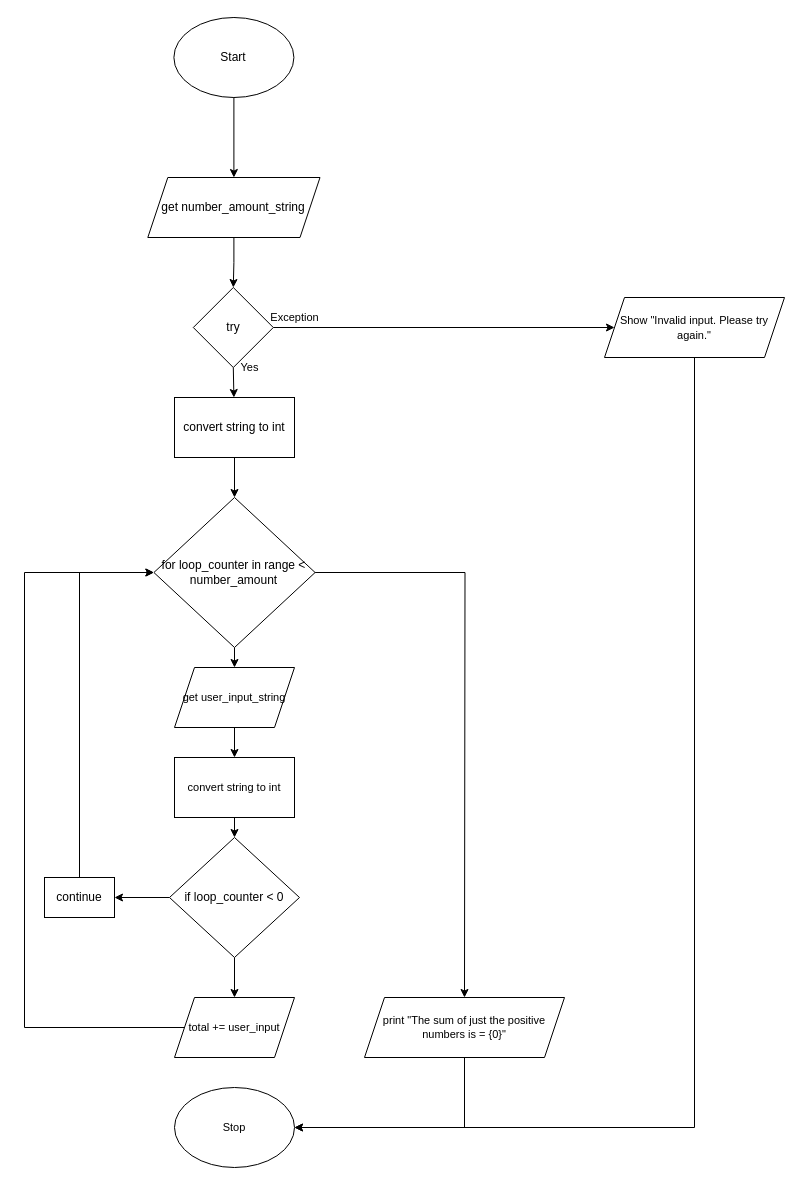
Aleksandr-Ten/ICS3U-Unit4-07-Python keeps this draw.io diagram as flowchart.drawio. Above is the earlier version. Source tidied: cells renumbered, new cells numbered last; positions are measured from the earlier drawing's top-left corner, leaving out a move shared by most shapes. Both pictures are drawn from the tidied source at 100%, with x=0, y=0 at pixel (24, 17).
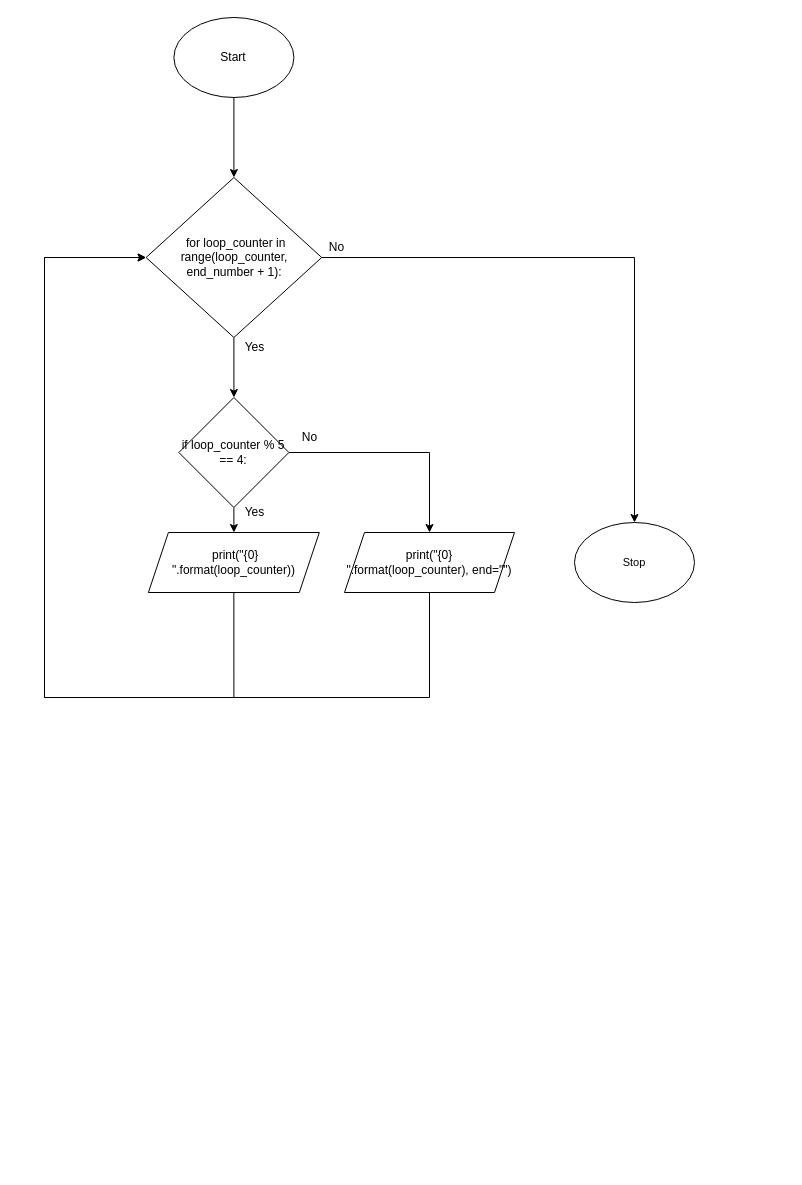
Above is the later version.

The change refers to these unchanged cells:
```xml
<mxCell id="3" value="Start" style="ellipse;whiteSpace=wrap;html=1;" parent="1" vertex="1">
  <mxGeometry x="149.4" width="120" height="80" as="geometry" />
</mxCell>
```

Diff of the diagram source:
```diff
@@
-    <mxCell id="2" style="edgeStyle=none;html=1;exitX=0.5;exitY=1;exitDx=0;exitDy=0;" parent="1" edge="1" source="3" target="18">
-      <mxGeometry relative="1" as="geometry" />
+    <mxCell id="2" style="edgeStyle=none;html=1;exitX=0.5;exitY=1;exitDx=0;exitDy=0;" parent="1" edge="1" source="3">
+      <mxGeometry relative="1" as="geometry">
+        <mxPoint x="209.4" y="160" as="targetPoint" />
+      </mxGeometry>
     </mxCell>
@@
-    <mxCell id="4" style="edgeStyle=none;html=1;exitX=0.5;exitY=1;exitDx=0;exitDy=0;" parent="1" edge="1" source="6" target="8">
-      <mxGeometry relative="1" as="geometry" />
-    </mxCell>
-    <mxCell id="5" style="edgeStyle=orthogonalEdgeStyle;shape=connector;rounded=0;html=1;exitX=1;exitY=0.5;exitDx=0;exitDy=0;labelBackgroundColor=default;fontFamily=Helvetica;fontSize=11;fontColor=default;endArrow=classic;strokeColor=default;" parent="1" edge="1" source="6" target="16">
-      <mxGeometry relative="1" as="geometry" />
-    </mxCell>
-    <mxCell id="6" value="try" style="rhombus;whiteSpace=wrap;html=1;" parent="1" vertex="1">
-      <mxGeometry x="168.8" y="270" width="80" height="80" as="geometry" />
-    </mxCell>
-    <mxCell id="7" style="edgeStyle=none;html=1;exitX=0.5;exitY=1;exitDx=0;exitDy=0;" parent="1" edge="1" source="8" target="11">
-      <mxGeometry relative="1" as="geometry" />
-    </mxCell>
-    <mxCell id="8" value="convert string to int" style="rounded=0;whiteSpace=wrap;html=1;" parent="1" vertex="1">
-      <mxGeometry x="150" y="380" width="120" height="60" as="geometry" />
-    </mxCell>
-    <mxCell id="9" style="edgeStyle=orthogonalEdgeStyle;shape=connector;rounded=0;html=1;exitX=0.5;exitY=1;exitDx=0;exitDy=0;labelBackgroundColor=default;fontFamily=Helvetica;fontSize=11;fontColor=default;endArrow=classic;strokeColor=default;" parent="1" edge="1" source="11" target="27">
-      <mxGeometry relative="1" as="geometry" />
-    </mxCell>
-    <mxCell id="10" style="edgeStyle=orthogonalEdgeStyle;shape=connector;rounded=0;html=1;exitX=1;exitY=0.5;exitDx=0;exitDy=0;labelBackgroundColor=default;fontFamily=Helvetica;fontSize=11;fontColor=default;endArrow=classic;strokeColor=default;" parent="1" edge="1" source="11">
-      <mxGeometry relative="1" as="geometry">
-        <mxPoint x="440" y="980" as="targetPoint" />
-      </mxGeometry>
-    </mxCell>
-    <mxCell id="11" value="for loop_counter in range &amp;lt; number_amount" style="rhombus;whiteSpace=wrap;html=1;" parent="1" vertex="1">
-      <mxGeometry x="129.4" y="480" width="161.2" height="150" as="geometry" />
-    </mxCell>
     <mxCell id="12" value="Stop" style="ellipse;whiteSpace=wrap;html=1;fontFamily=Helvetica;fontSize=11;fontColor=default;" parent="1" vertex="1">
-      <mxGeometry x="150" y="1070" width="120" height="80" as="geometry" />
+      <mxGeometry x="550" y="505" width="120" height="80" as="geometry" />
     </mxCell>
-    <mxCell id="13" value="Yes" style="text;html=1;align=center;verticalAlign=middle;fillColor=none;strokeColor=none;rounded=0;fontFamily=Helvetica;fontSize=11;fontColor=default;" parent="1" vertex="1">
-      <mxGeometry x="210" y="340" width="30" height="20" as="geometry" />
-    </mxCell>
-    <mxCell id="14" value="Exception" style="text;html=1;align=center;verticalAlign=middle;fillColor=none;strokeColor=none;rounded=0;fontFamily=Helvetica;fontSize=11;fontColor=default;" parent="1" vertex="1">
-      <mxGeometry x="240" y="290" width="60" height="20" as="geometry" />
-    </mxCell>
-    <mxCell id="15" style="edgeStyle=orthogonalEdgeStyle;shape=connector;rounded=0;html=1;exitX=0.5;exitY=1;exitDx=0;exitDy=0;entryX=1;entryY=0.5;entryDx=0;entryDy=0;labelBackgroundColor=default;fontFamily=Helvetica;fontSize=11;fontColor=default;endArrow=classic;strokeColor=default;" parent="1" edge="1" source="16" target="12">
-      <mxGeometry relative="1" as="geometry" />
-    </mxCell>
-    <mxCell id="16" value="&lt;font style=&quot;font-size: 11px&quot;&gt;Show &quot;Invalid input. Please try again.&quot;&lt;/font&gt;" style="shape=parallelogram;perimeter=parallelogramPerimeter;whiteSpace=wrap;html=1;fixedSize=1;" parent="1" vertex="1">
-      <mxGeometry x="580" y="280" width="180" height="60" as="geometry" />
-    </mxCell>
-    <mxCell id="17" style="edgeStyle=orthogonalEdgeStyle;shape=connector;rounded=0;html=1;exitX=0.5;exitY=1;exitDx=0;exitDy=0;entryX=0.5;entryY=0;entryDx=0;entryDy=0;labelBackgroundColor=default;fontFamily=Helvetica;fontSize=11;fontColor=default;endArrow=classic;strokeColor=default;" parent="1" edge="1" source="18" target="6">
-      <mxGeometry relative="1" as="geometry" />
-    </mxCell>
-    <mxCell id="18" value="get number_amount_string" style="shape=parallelogram;perimeter=parallelogramPerimeter;whiteSpace=wrap;html=1;fixedSize=1;" parent="1" vertex="1">
-      <mxGeometry x="123.3" y="160" width="172.2" height="60" as="geometry" />
-    </mxCell>
-    <mxCell id="19" style="edgeStyle=none;html=1;exitX=0;exitY=0.5;exitDx=0;exitDy=0;" parent="1" edge="1" source="21" target="23">
-      <mxGeometry relative="1" as="geometry" />
-    </mxCell>
-    <mxCell id="20" style="edgeStyle=orthogonalEdgeStyle;shape=connector;rounded=0;html=1;exitX=0.5;exitY=1;exitDx=0;exitDy=0;labelBackgroundColor=default;fontFamily=Helvetica;fontSize=11;fontColor=default;endArrow=classic;strokeColor=default;" parent="1" edge="1" source="21" target="25">
-      <mxGeometry relative="1" as="geometry" />
-    </mxCell>
-    <mxCell id="21" value="if loop_counter &amp;lt; 0" style="rhombus;whiteSpace=wrap;html=1;" parent="1" vertex="1">
-      <mxGeometry x="145" y="820" width="130" height="120" as="geometry" />
-    </mxCell>
-    <mxCell id="22" style="edgeStyle=orthogonalEdgeStyle;html=1;exitX=0.5;exitY=0;exitDx=0;exitDy=0;entryX=0;entryY=0.5;entryDx=0;entryDy=0;rounded=0;" parent="1" edge="1" source="23" target="11">
-      <mxGeometry relative="1" as="geometry" />
-    </mxCell>
-    <mxCell id="23" value="continue" style="rounded=0;whiteSpace=wrap;html=1;" parent="1" vertex="1">
-      <mxGeometry x="20" y="860" width="70" height="40" as="geometry" />
-    </mxCell>
-    <mxCell id="24" style="edgeStyle=orthogonalEdgeStyle;shape=connector;rounded=0;html=1;exitX=0;exitY=0.5;exitDx=0;exitDy=0;entryX=0;entryY=0.5;entryDx=0;entryDy=0;labelBackgroundColor=default;fontFamily=Helvetica;fontSize=11;fontColor=default;endArrow=classic;strokeColor=default;" parent="1" edge="1" source="25" target="11">
-      <mxGeometry relative="1" as="geometry">
-        <Array as="points">
-          <mxPoint y="1010" />
-          <mxPoint y="555" />
-        </Array>
-      </mxGeometry>
-    </mxCell>
-    <mxCell id="25" value="total += user_input" style="shape=parallelogram;perimeter=parallelogramPerimeter;whiteSpace=wrap;html=1;fixedSize=1;fontFamily=Helvetica;fontSize=11;fontColor=default;" parent="1" vertex="1">
-      <mxGeometry x="150" y="980" width="120" height="60" as="geometry" />
-    </mxCell>
-    <mxCell id="26" style="edgeStyle=orthogonalEdgeStyle;shape=connector;rounded=0;html=1;exitX=0.5;exitY=1;exitDx=0;exitDy=0;labelBackgroundColor=default;fontFamily=Helvetica;fontSize=11;fontColor=default;endArrow=classic;strokeColor=default;" parent="1" edge="1" source="27" target="29">
-      <mxGeometry relative="1" as="geometry" />
-    </mxCell>
-    <mxCell id="27" value="get user_input_string" style="shape=parallelogram;perimeter=parallelogramPerimeter;whiteSpace=wrap;html=1;fixedSize=1;fontFamily=Helvetica;fontSize=11;fontColor=default;" parent="1" vertex="1">
-      <mxGeometry x="150" y="650" width="120" height="60" as="geometry" />
-    </mxCell>
-    <mxCell id="28" style="edgeStyle=orthogonalEdgeStyle;shape=connector;rounded=0;html=1;exitX=0.5;exitY=1;exitDx=0;exitDy=0;entryX=0.5;entryY=0;entryDx=0;entryDy=0;labelBackgroundColor=default;fontFamily=Helvetica;fontSize=11;fontColor=default;endArrow=classic;strokeColor=default;" parent="1" edge="1" source="29" target="21">
-      <mxGeometry relative="1" as="geometry" />
-    </mxCell>
-    <mxCell id="29" value="convert string to int" style="rounded=0;whiteSpace=wrap;html=1;fontFamily=Helvetica;fontSize=11;fontColor=default;" parent="1" vertex="1">
-      <mxGeometry x="150" y="740" width="120" height="60" as="geometry" />
-    </mxCell>
+    <mxCell id="32" style="edgeStyle=none;html=1;exitX=0.5;exitY=1;exitDx=0;exitDy=0;" parent="1" edge="1" source="30" target="36">
+      <mxGeometry relative="1" as="geometry" />
+    </mxCell>
+    <mxCell id="33" style="edgeStyle=orthogonalEdgeStyle;rounded=0;html=1;exitX=1;exitY=0.5;exitDx=0;exitDy=0;" parent="1" edge="1" source="30" target="12">
+      <mxGeometry relative="1" as="geometry" />
+    </mxCell>
-    <mxCell id="30" style="edgeStyle=orthogonalEdgeStyle;shape=connector;rounded=0;html=1;entryX=1;entryY=0.5;entryDx=0;entryDy=0;labelBackgroundColor=default;fontFamily=Helvetica;fontSize=11;fontColor=default;endArrow=classic;strokeColor=default;" parent="1" edge="1" source="31" target="12">
-      <mxGeometry relative="1" as="geometry">
-        <Array as="points">
-          <mxPoint x="440" y="1110" />
-        </Array>
-      </mxGeometry>
+    <mxCell id="30" value="&lt;div&gt;&amp;nbsp;for loop_counter in range(loop_counter, end_number + 1):&lt;/div&gt;" style="rhombus;whiteSpace=wrap;html=1;" parent="1" vertex="1">
+      <mxGeometry x="121.6" y="160" width="175.6" height="160" as="geometry" />
     </mxCell>
-    <mxCell id="31" value="print&amp;nbsp;&quot;The sum of just the positive numbers is = {0}&quot;" style="shape=parallelogram;perimeter=parallelogramPerimeter;whiteSpace=wrap;html=1;fixedSize=1;fontFamily=Helvetica;fontSize=11;fontColor=default;" parent="1" vertex="1">
-      <mxGeometry x="340" y="980" width="200" height="60" as="geometry" />
-    </mxCell>
+    <mxCell id="34" style="edgeStyle=none;html=1;exitX=0.5;exitY=1;exitDx=0;exitDy=0;" parent="1" edge="1" source="36" target="38">
+      <mxGeometry relative="1" as="geometry" />
+    </mxCell>
+    <mxCell id="35" style="edgeStyle=orthogonalEdgeStyle;html=1;exitX=1;exitY=0.5;exitDx=0;exitDy=0;entryX=0.5;entryY=0;entryDx=0;entryDy=0;rounded=0;" parent="1" edge="1" source="36" target="40">
+      <mxGeometry relative="1" as="geometry" />
+    </mxCell>
+    <mxCell id="36" value="if loop_counter % 5 == 4:" style="rhombus;whiteSpace=wrap;html=1;" parent="1" vertex="1">
+      <mxGeometry x="154.4" y="380" width="110" height="110" as="geometry" />
+    </mxCell>
+    <mxCell id="37" style="edgeStyle=orthogonalEdgeStyle;rounded=0;html=1;exitX=0.5;exitY=1;exitDx=0;exitDy=0;entryX=0;entryY=0.5;entryDx=0;entryDy=0;" parent="1" edge="1" source="38" target="30">
+      <mxGeometry relative="1" as="geometry">
+        <Array as="points">
+          <mxPoint x="209" y="680" />
+          <mxPoint x="20" y="680" />
+          <mxPoint x="20" y="240" />
+        </Array>
+      </mxGeometry>
+    </mxCell>
+    <mxCell id="38" value="&amp;nbsp;print(&quot;{0} &quot;.format(loop_counter))" style="shape=parallelogram;perimeter=parallelogramPerimeter;whiteSpace=wrap;html=1;fixedSize=1;" parent="1" vertex="1">
+      <mxGeometry x="123.9" y="515" width="170.9" height="60" as="geometry" />
+    </mxCell>
+    <mxCell id="39" style="edgeStyle=orthogonalEdgeStyle;rounded=0;html=1;exitX=0.5;exitY=1;exitDx=0;exitDy=0;entryX=0;entryY=0.5;entryDx=0;entryDy=0;" parent="1" edge="1" source="40" target="30">
+      <mxGeometry relative="1" as="geometry">
+        <Array as="points">
+          <mxPoint x="405" y="680" />
+          <mxPoint x="20" y="680" />
+          <mxPoint x="20" y="240" />
+        </Array>
+      </mxGeometry>
+    </mxCell>
+    <mxCell id="40" value="print(&quot;{0} &quot;.format(loop_counter), end=&quot;&quot;)" style="shape=parallelogram;perimeter=parallelogramPerimeter;whiteSpace=wrap;html=1;fixedSize=1;" parent="1" vertex="1">
+      <mxGeometry x="320" y="515" width="170" height="60" as="geometry" />
+    </mxCell>
+    <mxCell id="41" value="No" style="text;html=1;align=center;verticalAlign=middle;fillColor=none;strokeColor=none;rounded=0;" parent="1" vertex="1">
+      <mxGeometry x="270" y="410" width="30" height="20" as="geometry" />
+    </mxCell>
+    <mxCell id="42" value="No" style="text;html=1;align=center;verticalAlign=middle;fillColor=none;strokeColor=none;rounded=0;" parent="1" vertex="1">
+      <mxGeometry x="297.2" y="220" width="30" height="20" as="geometry" />
+    </mxCell>
+    <mxCell id="43" value="Yes" style="text;html=1;align=center;verticalAlign=middle;fillColor=none;strokeColor=none;rounded=0;" parent="1" vertex="1">
+      <mxGeometry x="210" y="485" width="40" height="20" as="geometry" />
+    </mxCell>
+    <mxCell id="44" value="Yes" style="text;html=1;align=center;verticalAlign=middle;fillColor=none;strokeColor=none;rounded=0;" parent="1" vertex="1">
+      <mxGeometry x="210" y="320" width="40" height="20" as="geometry" />
+    </mxCell>
```
